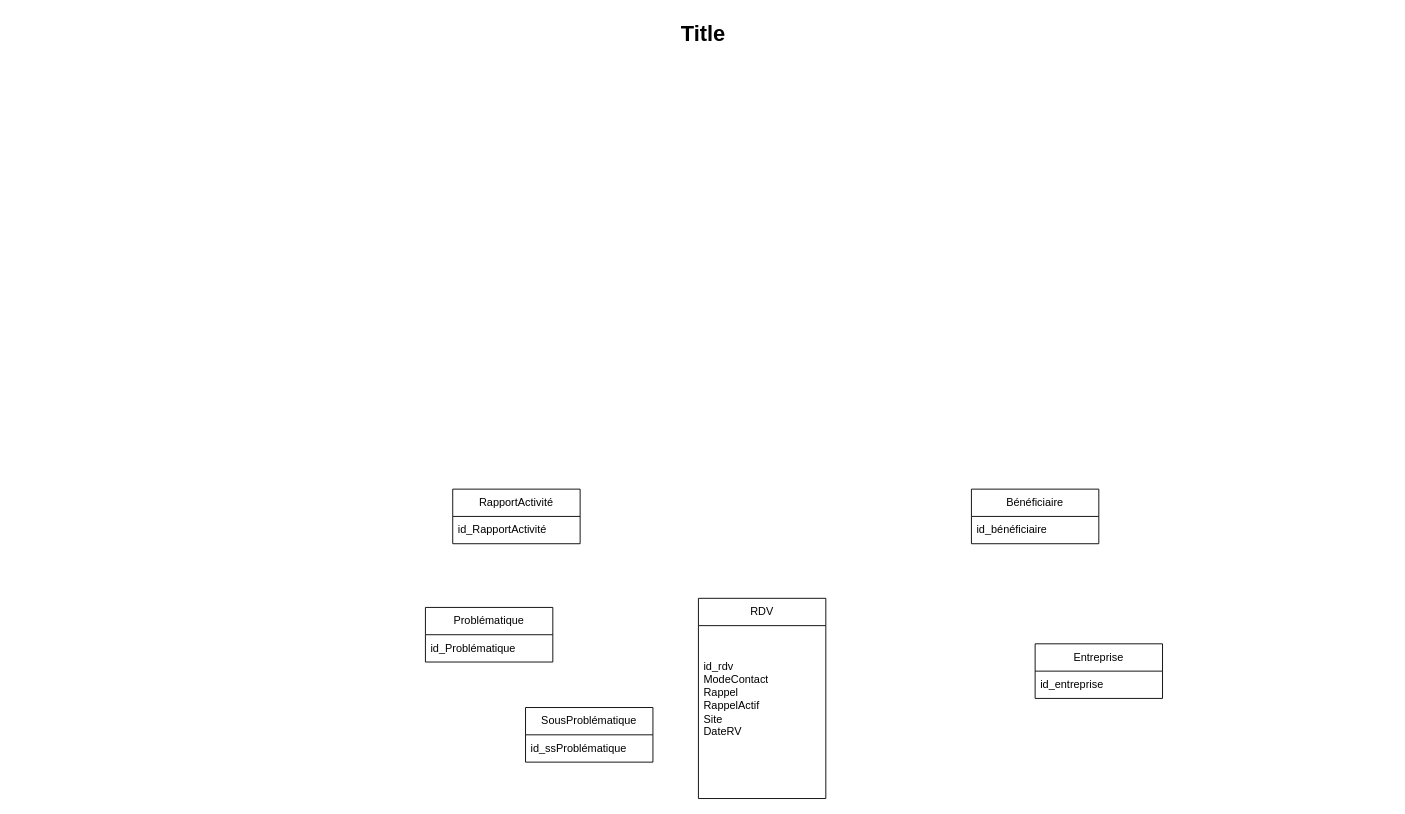
The draw.io diagram mcd.drawio in lttlekiwi/diagramme, before the edit. Source tidied: cells renumbered, new cells numbered last; positions are measured from the earlier drawing's top-left corner, leaving out a move shared by most shapes. Both pictures are drawn from the tidied source at 91%, with x=0, y=0 at pixel (15, 15).
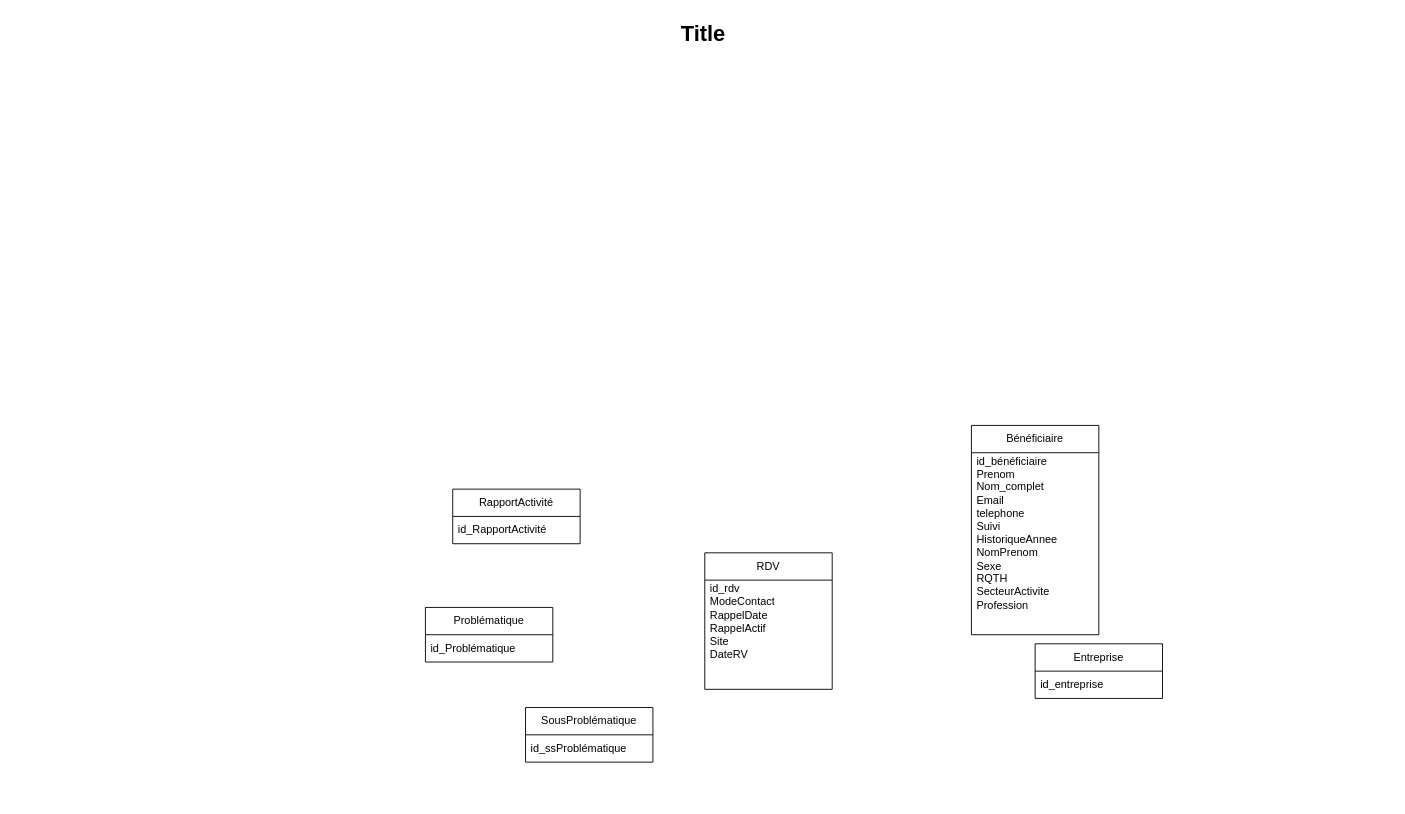
The same page after the edit.

Commit message (it also covers changes not shown here):
Mettre à jour mcd.drawio

Change to the diagram source:
```diff
@@
 <mxGraphModel>
   <root>
     <mxCell id="0" />
     <mxCell id="1" parent="0" />
     <mxCell id="2" value="Title" style="text;strokeColor=none;fillColor=none;html=1;fontSize=24;fontStyle=1;verticalAlign=middle;align=center;" parent="1" vertex="1">
       <mxGeometry width="1510" height="40" as="geometry" />
     </mxCell>
     <mxCell id="3" value="RDV" style="swimlane;fontStyle=0;horizontal=1;startSize=30;whiteSpace=wrap;html=1;" parent="1" vertex="1">
-      <mxGeometry x="750" y="640" width="140" height="220" as="geometry" />
+      <mxGeometry x="757" y="590" width="140" height="150" as="geometry" />
     </mxCell>
-    <mxCell id="4" value="&lt;div&gt;id_rdv&lt;/div&gt;&lt;div&gt;ModeContact&lt;/div&gt;&lt;div&gt;Rappel&lt;/div&gt;&lt;div&gt;RappelActif&lt;/div&gt;&lt;div&gt;Site&lt;/div&gt;&lt;div&gt;DateRV&lt;/div&gt;&lt;div&gt;&lt;br&gt;&lt;/div&gt;&lt;div&gt;&lt;br&gt;&lt;/div&gt;" style="text;strokeColor=none;fillColor=none;align=left;verticalAlign=middle;spacingLeft=4;spacingRight=4;overflow=hidden;whiteSpace=wrap;html=1;" parent="3" vertex="1">
-      <mxGeometry y="30" width="140" height="190" as="geometry" />
+    <mxCell id="4" value="&lt;div&gt;id_rdv&lt;/div&gt;&lt;div&gt;ModeContact&lt;/div&gt;&lt;div&gt;RappelDate&lt;/div&gt;&lt;div&gt;RappelActif&lt;/div&gt;&lt;div&gt;Site&lt;/div&gt;&lt;div&gt;DateRV&lt;/div&gt;&lt;div&gt;&lt;br&gt;&lt;/div&gt;&lt;div&gt;&lt;br&gt;&lt;/div&gt;" style="text;strokeColor=none;fillColor=none;align=left;verticalAlign=middle;spacingLeft=4;spacingRight=4;overflow=hidden;whiteSpace=wrap;html=1;" parent="3" vertex="1">
+      <mxGeometry y="30" width="140" height="120" as="geometry" />
     </mxCell>
     <mxCell id="5" value="SousProblématique" style="swimlane;fontStyle=0;horizontal=1;startSize=30;whiteSpace=wrap;html=1;" parent="1" vertex="1">
       <mxGeometry x="560" y="760" width="140" height="60" as="geometry" />
     </mxCell>
     <mxCell id="6" value="id_ssProblématique" style="text;strokeColor=none;fillColor=none;align=left;verticalAlign=middle;spacingLeft=4;spacingRight=4;overflow=hidden;whiteSpace=wrap;html=1;" parent="5" vertex="1">
       <mxGeometry y="30" width="140" height="30" as="geometry" />
     </mxCell>
     <mxCell id="7" value="Problématique" style="swimlane;fontStyle=0;horizontal=1;startSize=30;whiteSpace=wrap;html=1;" parent="1" vertex="1">
       <mxGeometry x="450" y="650" width="140" height="60" as="geometry" />
     </mxCell>
     <mxCell id="8" value="id_Problématique" style="text;strokeColor=none;fillColor=none;align=left;verticalAlign=middle;spacingLeft=4;spacingRight=4;overflow=hidden;whiteSpace=wrap;html=1;" parent="7" vertex="1">
       <mxGeometry y="30" width="140" height="30" as="geometry" />
     </mxCell>
     <mxCell id="9" value="Entreprise" style="swimlane;fontStyle=0;horizontal=1;startSize=30;whiteSpace=wrap;html=1;" parent="1" vertex="1">
       <mxGeometry x="1120" y="690" width="140" height="60" as="geometry" />
     </mxCell>
     <mxCell id="10" value="id_entreprise" style="text;strokeColor=none;fillColor=none;align=left;verticalAlign=middle;spacingLeft=4;spacingRight=4;overflow=hidden;whiteSpace=wrap;html=1;" parent="9" vertex="1">
       <mxGeometry y="30" width="140" height="30" as="geometry" />
     </mxCell>
     <mxCell id="11" value="Bénéficiaire" style="swimlane;fontStyle=0;horizontal=1;startSize=30;whiteSpace=wrap;html=1;" parent="1" vertex="1">
-      <mxGeometry x="1050" y="520" width="140" height="60" as="geometry" />
+      <mxGeometry x="1050" y="450" width="140" height="230" as="geometry" />
     </mxCell>
-    <mxCell id="12" value="id_bénéficiaire" style="text;strokeColor=none;fillColor=none;align=left;verticalAlign=middle;spacingLeft=4;spacingRight=4;overflow=hidden;whiteSpace=wrap;html=1;" parent="11" vertex="1">
-      <mxGeometry y="30" width="140" height="30" as="geometry" />
+    <mxCell id="12" value="id_bénéficiaire&lt;div&gt;Prenom&lt;/div&gt;&lt;div&gt;Nom_complet&lt;/div&gt;&lt;div&gt;Email&lt;/div&gt;&lt;div&gt;telephone&lt;/div&gt;&lt;div&gt;Suivi&lt;/div&gt;&lt;div&gt;HistoriqueAnnee&lt;/div&gt;&lt;div&gt;NomPrenom&lt;/div&gt;&lt;div&gt;Sexe&lt;/div&gt;&lt;div&gt;RQTH&lt;/div&gt;&lt;div&gt;SecteurActivite&lt;/div&gt;&lt;div&gt;Profession&lt;/div&gt;&lt;div&gt;&lt;br&gt;&lt;/div&gt;&lt;div&gt;&lt;br&gt;&lt;/div&gt;&lt;div&gt;&lt;br&gt;&lt;/div&gt;" style="text;strokeColor=none;fillColor=none;align=left;verticalAlign=middle;spacingLeft=4;spacingRight=4;overflow=hidden;whiteSpace=wrap;html=1;" parent="11" vertex="1">
+      <mxGeometry y="30" width="140" height="200" as="geometry" />
     </mxCell>
     <mxCell id="13" value="RapportActivité" style="swimlane;fontStyle=0;horizontal=1;startSize=30;whiteSpace=wrap;html=1;" parent="1" vertex="1">
       <mxGeometry x="480" y="520" width="140" height="60" as="geometry" />
     </mxCell>
     <mxCell id="14" value="id_RapportActivité" style="text;strokeColor=none;fillColor=none;align=left;verticalAlign=middle;spacingLeft=4;spacingRight=4;overflow=hidden;whiteSpace=wrap;html=1;" parent="13" vertex="1">
       <mxGeometry y="30" width="140" height="30" as="geometry" />
     </mxCell>
   </root>
 </mxGraphModel>
```
